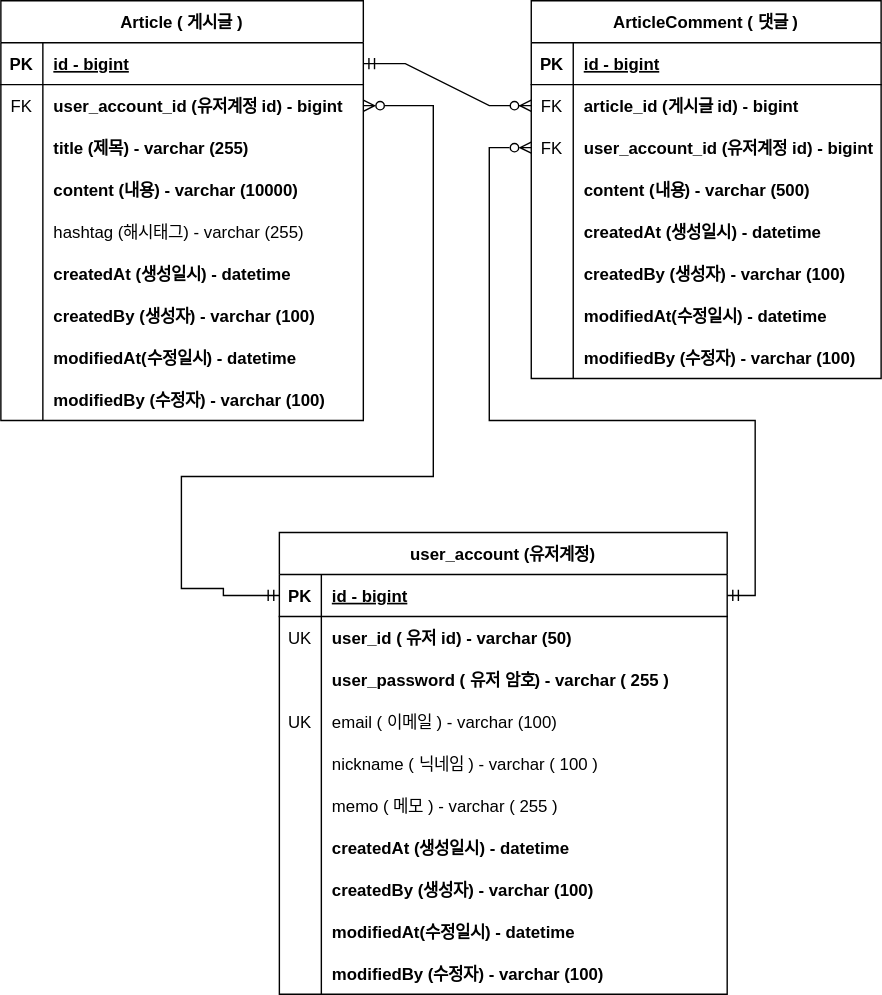
Above: document/project-board-erd.svg in mil2ne/board-proj-fc (draw.io), before the change. Source tidied: cells renumbered, new cells last; positions are measured from the earlier drawing's top-left corner, leaving out a move shared by most shapes.
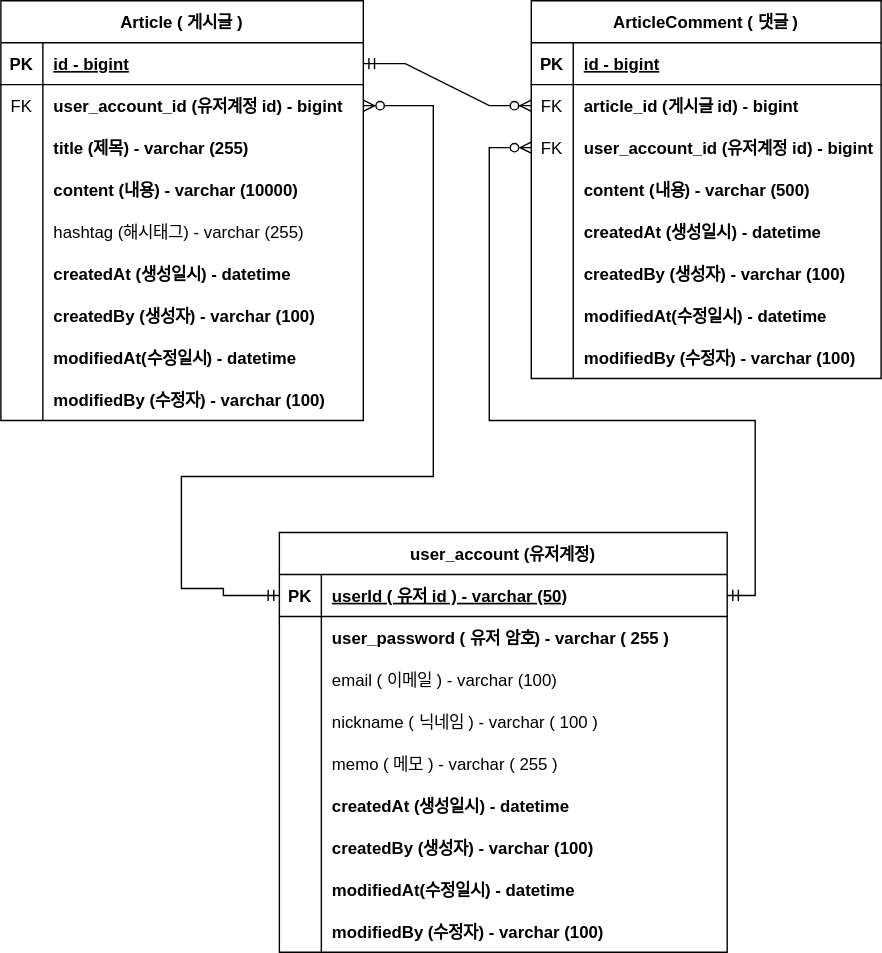
Above is the later version.

Commit message:
#article-refac - erd 문서 수정 : 회원계정 user_id 를 pk 로 변경

회원계정 기존 `id` 를 삭제하고 `user_id` 를 pk 로 변경하는 그림 적용

Diff of the diagram source:
```diff
@@ -165,7 +165,7 @@
       <mxGeometry relative="1" as="geometry" />
     </mxCell>
     <mxCell id="56" value="user_account (유저계정)" style="shape=table;startSize=30;rowLines=0;fontStyle=1;align=center;" parent="1" vertex="1">
-      <mxGeometry x="199" y="380" width="320" height="330" as="geometry" />
+      <mxGeometry x="199" y="380" width="320" height="300" as="geometry" />
     </mxCell>
     <mxCell id="57" style="shape=partialRectangle;fillColor=none;points=[[0,0.5],[1,0.5]];portConstraint=eastwest;top=0;left=0;right=0;bottom=1;" parent="56" vertex="1">
       <mxGeometry y="30" width="320" height="30" as="geometry" />
@@ -173,20 +173,11 @@
     <mxCell id="58" value="PK" style="shape=partialRectangle;overflow=hidden;fillColor=none;top=0;left=0;bottom=0;right=0;fontStyle=1;" parent="57" vertex="1">
       <mxGeometry width="30" height="30" as="geometry" />
     </mxCell>
-    <mxCell id="59" value="id - bigint" style="shape=partialRectangle;overflow=hidden;fillColor=none;top=0;left=0;bottom=0;right=0;align=left;spacingLeft=6;fontStyle=5;" parent="57" vertex="1">
+    <mxCell id="59" value="userId ( 유저 id ) - varchar (50)" style="shape=partialRectangle;overflow=hidden;fillColor=none;top=0;left=0;bottom=0;right=0;align=left;spacingLeft=6;fontStyle=5;" parent="57" vertex="1">
       <mxGeometry x="30" width="290" height="30" as="geometry" />
     </mxCell>
-    <mxCell id="60" style="shape=partialRectangle;fillColor=none;top=0;left=0;right=0;bottom=0;" parent="56" vertex="1">
-      <mxGeometry y="60" width="320" height="30" as="geometry" />
-    </mxCell>
-    <mxCell id="61" value="UK" style="shape=partialRectangle;overflow=hidden;fillColor=none;top=0;left=0;bottom=0;right=0;" parent="60" vertex="1">
-      <mxGeometry width="30" height="30" as="geometry" />
-    </mxCell>
-    <mxCell id="62" value="user_id ( 유저 id) - varchar (50)" style="shape=partialRectangle;overflow=hidden;fillColor=none;top=0;left=0;bottom=0;right=0;align=left;spacingLeft=6;fontStyle=1;" parent="60" vertex="1">
-      <mxGeometry x="30" width="290" height="30" as="geometry" />
-    </mxCell>
     <mxCell id="63" style="shape=partialRectangle;fillColor=none;top=0;left=0;right=0;bottom=0;" parent="56" vertex="1">
-      <mxGeometry y="90" width="320" height="30" as="geometry" />
+      <mxGeometry y="60" width="320" height="30" as="geometry" />
     </mxCell>
     <mxCell id="64" style="shape=partialRectangle;overflow=hidden;fillColor=none;top=0;left=0;bottom=0;right=0;" parent="63" vertex="1">
       <mxGeometry width="30" height="30" as="geometry" />
@@ -195,16 +186,16 @@
       <mxGeometry x="30" width="290" height="30" as="geometry" />
     </mxCell>
     <mxCell id="66" style="shape=partialRectangle;fillColor=none;top=0;left=0;right=0;bottom=0;" parent="56" vertex="1">
-      <mxGeometry y="120" width="320" height="30" as="geometry" />
+      <mxGeometry y="90" width="320" height="30" as="geometry" />
     </mxCell>
-    <mxCell id="67" value="UK" style="shape=partialRectangle;overflow=hidden;fillColor=none;top=0;left=0;bottom=0;right=0;" parent="66" vertex="1">
+    <mxCell id="67" style="shape=partialRectangle;overflow=hidden;fillColor=none;top=0;left=0;bottom=0;right=0;" parent="66" vertex="1">
       <mxGeometry width="30" height="30" as="geometry" />
     </mxCell>
     <mxCell id="68" value="email ( 이메일 ) - varchar (100)" style="shape=partialRectangle;overflow=hidden;fillColor=none;top=0;left=0;bottom=0;right=0;align=left;spacingLeft=6;fontStyle=0;" parent="66" vertex="1">
       <mxGeometry x="30" width="290" height="30" as="geometry" />
     </mxCell>
     <mxCell id="69" style="shape=partialRectangle;fillColor=none;top=0;left=0;right=0;bottom=0;" parent="56" vertex="1">
-      <mxGeometry y="150" width="320" height="30" as="geometry" />
+      <mxGeometry y="120" width="320" height="30" as="geometry" />
     </mxCell>
     <mxCell id="70" style="shape=partialRectangle;overflow=hidden;fillColor=none;top=0;left=0;bottom=0;right=0;" parent="69" vertex="1">
       <mxGeometry width="30" height="30" as="geometry" />
@@ -213,7 +204,7 @@
       <mxGeometry x="30" width="290" height="30" as="geometry" />
     </mxCell>
     <mxCell id="72" style="shape=partialRectangle;fillColor=none;top=0;left=0;right=0;bottom=0;" parent="56" vertex="1">
-      <mxGeometry y="180" width="320" height="30" as="geometry" />
+      <mxGeometry y="150" width="320" height="30" as="geometry" />
     </mxCell>
     <mxCell id="73" style="shape=partialRectangle;overflow=hidden;fillColor=none;top=0;left=0;bottom=0;right=0;" parent="72" vertex="1">
       <mxGeometry width="30" height="30" as="geometry" />
@@ -222,7 +213,7 @@
       <mxGeometry x="30" width="290" height="30" as="geometry" />
     </mxCell>
     <mxCell id="75" style="shape=partialRectangle;fillColor=none;top=0;left=0;right=0;bottom=0;" parent="56" vertex="1">
-      <mxGeometry y="210" width="320" height="30" as="geometry" />
+      <mxGeometry y="180" width="320" height="30" as="geometry" />
     </mxCell>
     <mxCell id="76" style="shape=partialRectangle;overflow=hidden;fillColor=none;top=0;left=0;bottom=0;right=0;" parent="75" vertex="1">
       <mxGeometry width="30" height="30" as="geometry" />
@@ -231,7 +222,7 @@
       <mxGeometry x="30" width="290" height="30" as="geometry" />
     </mxCell>
     <mxCell id="78" style="shape=partialRectangle;fillColor=none;top=0;left=0;right=0;bottom=0;" parent="56" vertex="1">
-      <mxGeometry y="240" width="320" height="30" as="geometry" />
+      <mxGeometry y="210" width="320" height="30" as="geometry" />
     </mxCell>
     <mxCell id="79" style="shape=partialRectangle;overflow=hidden;fillColor=none;top=0;left=0;bottom=0;right=0;" parent="78" vertex="1">
       <mxGeometry width="30" height="30" as="geometry" />
@@ -240,7 +231,7 @@
       <mxGeometry x="30" width="290" height="30" as="geometry" />
     </mxCell>
     <mxCell id="81" style="shape=partialRectangle;fillColor=none;top=0;left=0;right=0;bottom=0;" parent="56" vertex="1">
-      <mxGeometry y="270" width="320" height="30" as="geometry" />
+      <mxGeometry y="240" width="320" height="30" as="geometry" />
     </mxCell>
     <mxCell id="82" style="shape=partialRectangle;overflow=hidden;fillColor=none;top=0;left=0;bottom=0;right=0;" parent="81" vertex="1">
       <mxGeometry width="30" height="30" as="geometry" />
@@ -249,7 +240,7 @@
       <mxGeometry x="30" width="290" height="30" as="geometry" />
     </mxCell>
     <mxCell id="84" style="shape=partialRectangle;fillColor=none;top=0;left=0;right=0;bottom=0;" parent="56" vertex="1">
-      <mxGeometry y="300" width="320" height="30" as="geometry" />
+      <mxGeometry y="270" width="320" height="30" as="geometry" />
     </mxCell>
     <mxCell id="85" style="shape=partialRectangle;overflow=hidden;fillColor=none;top=0;left=0;bottom=0;right=0;" parent="84" vertex="1">
       <mxGeometry width="30" height="30" as="geometry" />
```
